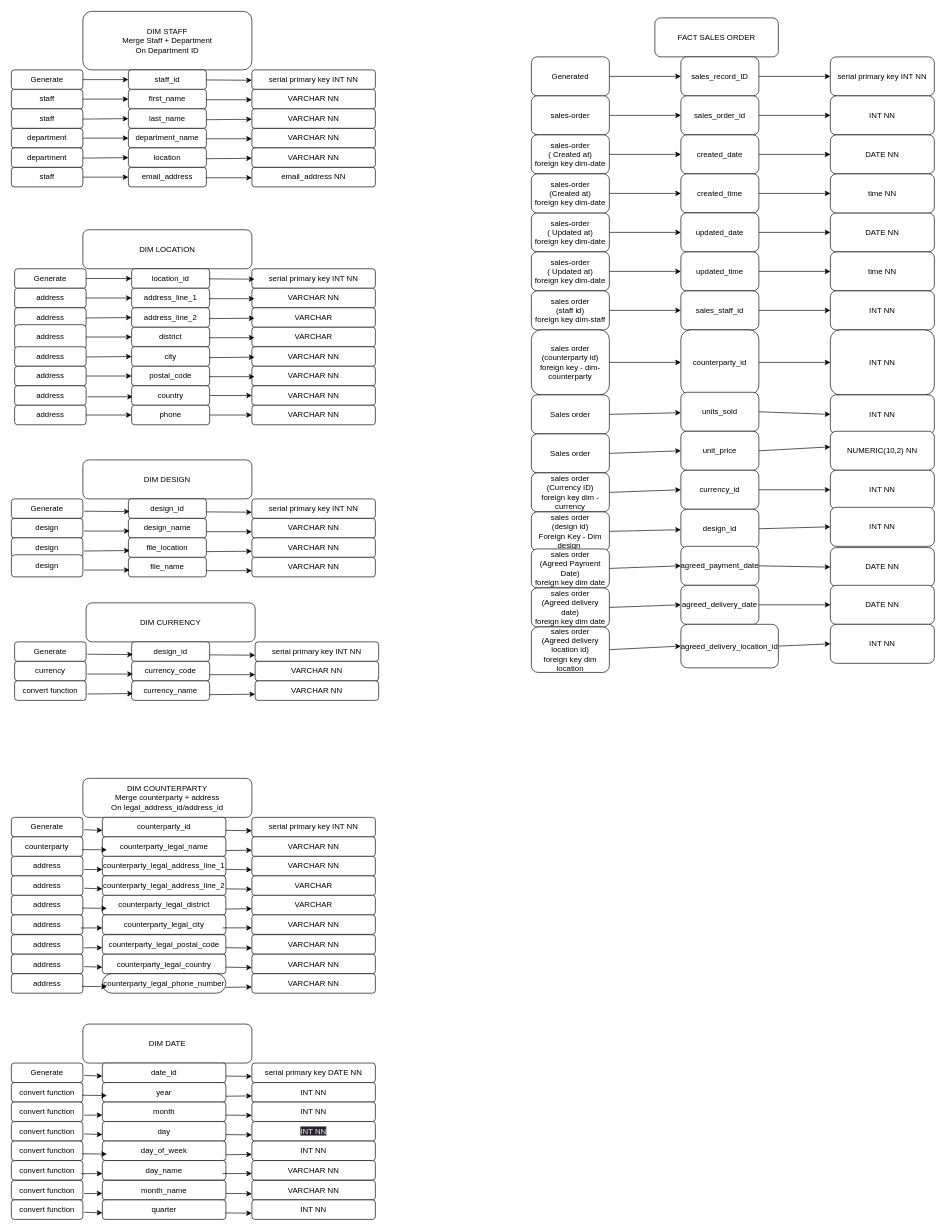
The draw.io diagram diagrams/db-layout.drawio in CavemanDan667/de-project, before the edit. Source tidied: cells renumbered, new cells numbered last; positions are measured from the earlier drawing's top-left corner, leaving out a move shared by most shapes. Both pictures are drawn from the tidied source at 65%, with x=0, y=0 at pixel (11, 11).
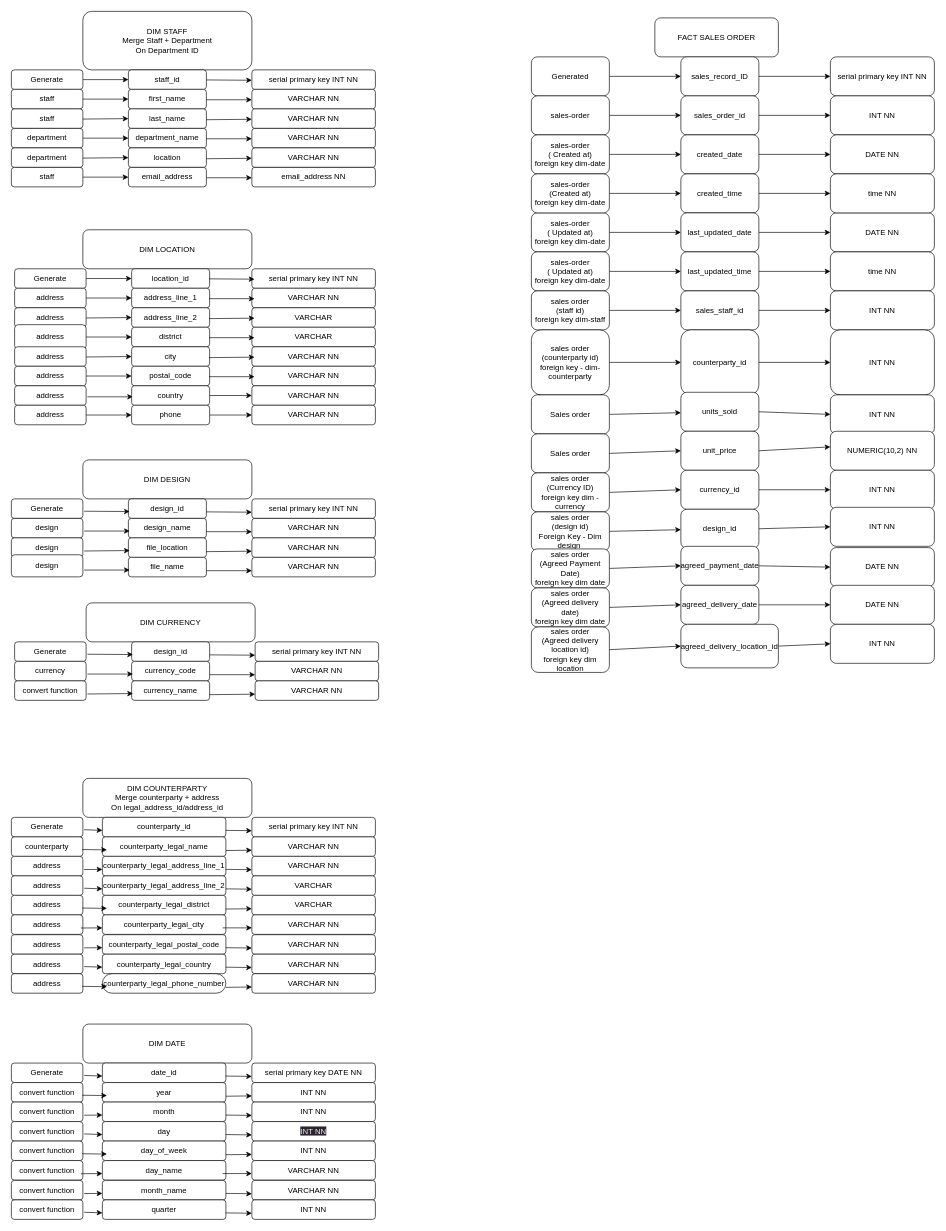
After the change.

The edit, as a diff of the source:
```diff
@@
-    <mxCell id="12" value="updated_date" style="rounded=1;whiteSpace=wrap;html=1;" parent="1" vertex="1">
+    <mxCell id="12" value="last_updated_date" style="rounded=1;whiteSpace=wrap;html=1;" parent="1" vertex="1">
       <mxGeometry x="1030" y="310" width="120" height="60" as="geometry" />
     </mxCell>
@@
-    <mxCell id="14" value="updated_time" style="rounded=1;whiteSpace=wrap;html=1;" parent="1" vertex="1">
+    <mxCell id="14" value="last_updated_time" style="rounded=1;whiteSpace=wrap;html=1;" parent="1" vertex="1">
       <mxGeometry x="1030" y="370" width="120" height="60" as="geometry" />
     </mxCell>
```
